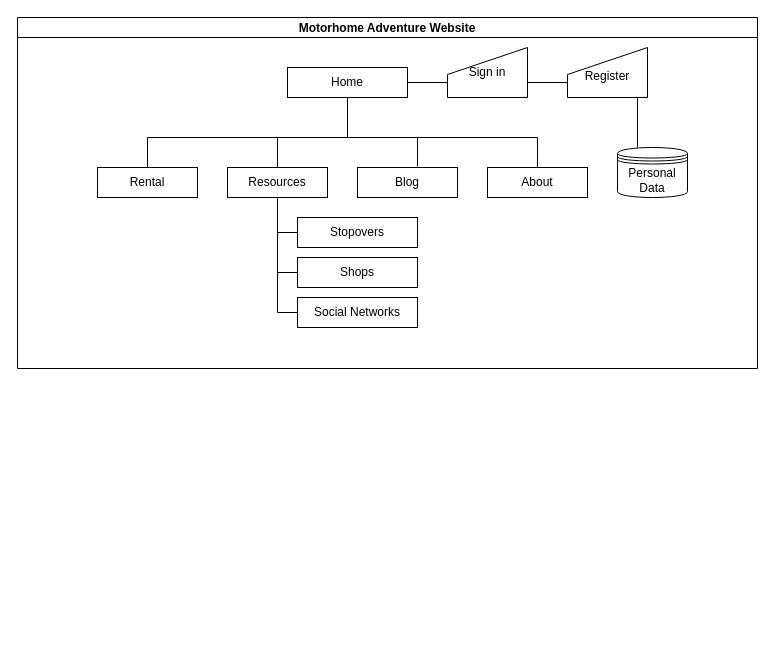
recasmir/projecte-html keeps this draw.io diagram as Untitled Diagram.drawio. Above is the earlier version. Source tidied: cells renumbered, new cells numbered last; positions are measured from the earlier drawing's top-left corner, leaving out a move shared by most shapes. Both pictures are drawn from the tidied source at 100%, with x=0, y=0 at pixel (17, 17).
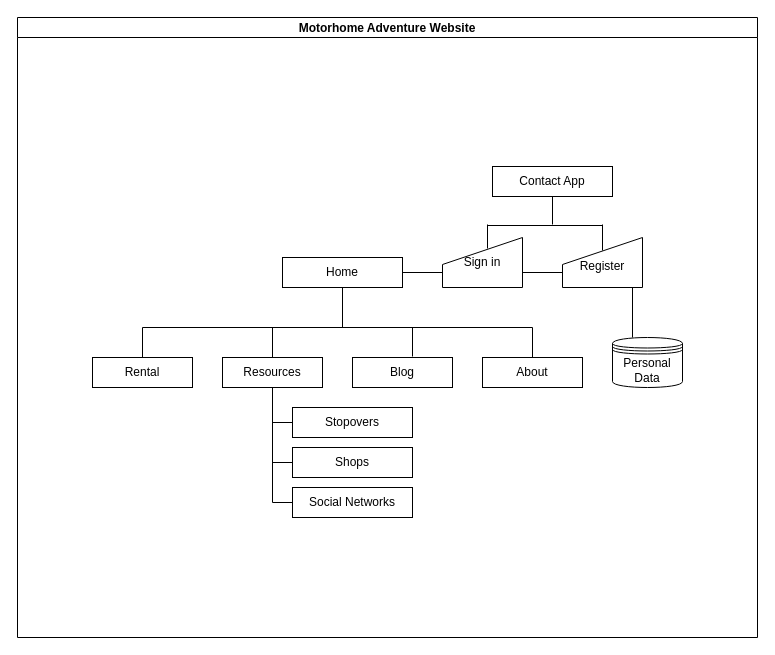
Above is the later version.

Commit message:
Update Site Map MA

Change to the diagram source:
```diff
@@
     <mxCell id="2" value="Motorhome Adventure Website" style="swimlane;startSize=20;horizontal=1;containerType=tree;newEdgeStyle={&quot;edgeStyle&quot;:&quot;elbowEdgeStyle&quot;,&quot;startArrow&quot;:&quot;none&quot;,&quot;endArrow&quot;:&quot;none&quot;};verticalAlign=middle;" parent="1" vertex="1">
-      <mxGeometry width="740" height="351" as="geometry" />
+      <mxGeometry width="740" height="620" as="geometry" />
     </mxCell>
     <mxCell id="3" style="edgeStyle=elbowEdgeStyle;elbow=vertical;startArrow=none;endArrow=none;rounded=0;" parent="2" edge="1" source="5" target="6">
       <mxGeometry relative="1" as="geometry">
         <Array as="points">
-          <mxPoint x="200" y="120" />
+          <mxPoint x="195" y="310" />
         </Array>
       </mxGeometry>
     </mxCell>
     <mxCell id="4" style="edgeStyle=elbowEdgeStyle;elbow=vertical;startArrow=none;endArrow=none;rounded=0;entryX=0.5;entryY=0;entryDx=0;entryDy=0;" parent="2" edge="1" target="7">
       <mxGeometry relative="1" as="geometry">
-        <mxPoint x="330" y="100" as="sourcePoint" />
+        <mxPoint x="325" y="290" as="sourcePoint" />
         <Array as="points">
-          <mxPoint x="200" y="120" />
-          <mxPoint x="200" y="120" />
-          <mxPoint x="240" y="120" />
+          <mxPoint x="195" y="310" />
+          <mxPoint x="195" y="310" />
+          <mxPoint x="235" y="310" />
         </Array>
       </mxGeometry>
     </mxCell>
     <mxCell id="5" value="Home" style="whiteSpace=wrap;html=1;align=center;newEdgeStyle={&quot;edgeStyle&quot;:&quot;elbowEdgeStyle&quot;,&quot;startArrow&quot;:&quot;none&quot;,&quot;endArrow&quot;:&quot;none&quot;};" parent="2" vertex="1">
-      <mxGeometry x="270" y="50" width="120" height="30" as="geometry" />
+      <mxGeometry x="265" y="240" width="120" height="30" as="geometry" />
     </mxCell>
     <mxCell id="6" value="Rental" style="whiteSpace=wrap;html=1;align=center;verticalAlign=middle;newEdgeStyle={&quot;edgeStyle&quot;:&quot;elbowEdgeStyle&quot;,&quot;startArrow&quot;:&quot;none&quot;,&quot;endArrow&quot;:&quot;none&quot;};" parent="2" vertex="1">
-      <mxGeometry x="80" y="150" width="100" height="30" as="geometry" />
+      <mxGeometry x="75" y="340" width="100" height="30" as="geometry" />
     </mxCell>
     <mxCell id="7" value="Resources" style="whiteSpace=wrap;html=1;align=center;verticalAlign=middle;newEdgeStyle={&quot;edgeStyle&quot;:&quot;elbowEdgeStyle&quot;,&quot;startArrow&quot;:&quot;none&quot;,&quot;endArrow&quot;:&quot;none&quot;};" parent="2" vertex="1">
-      <mxGeometry x="210" y="150" width="100" height="30" as="geometry" />
+      <mxGeometry x="205" y="340" width="100" height="30" as="geometry" />
     </mxCell>
     <mxCell id="8" value="Blog" style="whiteSpace=wrap;html=1;align=center;verticalAlign=middle;newEdgeStyle={&quot;edgeStyle&quot;:&quot;elbowEdgeStyle&quot;,&quot;startArrow&quot;:&quot;none&quot;,&quot;endArrow&quot;:&quot;none&quot;};" parent="2" vertex="1">
-      <mxGeometry x="340" y="150" width="100" height="30" as="geometry" />
+      <mxGeometry x="335" y="340" width="100" height="30" as="geometry" />
     </mxCell>
     <mxCell id="9" style="edgeStyle=elbowEdgeStyle;elbow=vertical;startArrow=none;endArrow=none;rounded=0;entryX=0.6;entryY=-0.033;entryDx=0;entryDy=0;entryPerimeter=0;" parent="2" edge="1" target="8">
       <mxGeometry relative="1" as="geometry">
-        <mxPoint x="330" y="110" as="sourcePoint" />
+        <mxPoint x="325" y="300" as="sourcePoint" />
         <Array as="points">
-          <mxPoint x="290" y="120" />
+          <mxPoint x="335" y="310" />
+          <mxPoint x="285" y="310" />
         </Array>
       </mxGeometry>
     </mxCell>
     <mxCell id="10" value="About" style="whiteSpace=wrap;html=1;align=center;verticalAlign=middle;newEdgeStyle={&quot;edgeStyle&quot;:&quot;elbowEdgeStyle&quot;,&quot;startArrow&quot;:&quot;none&quot;,&quot;endArrow&quot;:&quot;none&quot;};" parent="2" vertex="1">
-      <mxGeometry x="470" y="150" width="100" height="30" as="geometry" />
+      <mxGeometry x="465" y="340" width="100" height="30" as="geometry" />
     </mxCell>
     <mxCell id="11" style="edgeStyle=elbowEdgeStyle;elbow=vertical;startArrow=none;endArrow=none;rounded=0;" parent="2" edge="1" target="10">
       <mxGeometry relative="1" as="geometry">
-        <mxPoint x="330" y="100" as="sourcePoint" />
+        <mxPoint x="325" y="290" as="sourcePoint" />
         <Array as="points">
-          <mxPoint x="430" y="120" />
+          <mxPoint x="425" y="310" />
         </Array>
       </mxGeometry>
     </mxCell>
     <mxCell id="12" style="line;strokeWidth=1;direction=south;html=1;" parent="2" vertex="1">
-      <mxGeometry x="255" y="180" width="10" height="115" as="geometry" />
+      <mxGeometry x="250" y="370" width="10" height="115" as="geometry" />
     </mxCell>
     <mxCell id="13" value="Stopovers" style="rounded=0;whiteSpace=wrap;html=1;strokeWidth=1;" parent="2" vertex="1">
-      <mxGeometry x="280" y="200" width="120" height="30" as="geometry" />
+      <mxGeometry x="275" y="390" width="120" height="30" as="geometry" />
     </mxCell>
     <mxCell id="14" value="Shops" style="rounded=0;whiteSpace=wrap;html=1;strokeWidth=1;" parent="2" vertex="1">
-      <mxGeometry x="280" y="240" width="120" height="30" as="geometry" />
+      <mxGeometry x="275" y="430" width="120" height="30" as="geometry" />
     </mxCell>
     <mxCell id="15" value="Social Networks" style="rounded=0;whiteSpace=wrap;html=1;strokeWidth=1;" parent="2" vertex="1">
-      <mxGeometry x="280" y="280" width="120" height="30" as="geometry" />
+      <mxGeometry x="275" y="470" width="120" height="30" as="geometry" />
     </mxCell>
     <mxCell id="16" style="line;strokeWidth=1;html=1;perimeter=backbonePerimeter;" parent="2" vertex="1">
-      <mxGeometry x="260" y="210" width="20" height="10" as="geometry" />
+      <mxGeometry x="255" y="400" width="20" height="10" as="geometry" />
     </mxCell>
     <mxCell id="17" style="line;strokeWidth=1;html=1;perimeter=backbonePerimeter;" parent="2" vertex="1">
-      <mxGeometry x="260" y="250" width="20" height="10" as="geometry" />
+      <mxGeometry x="255" y="440" width="20" height="10" as="geometry" />
     </mxCell>
     <mxCell id="18" style="line;strokeWidth=1;html=1;perimeter=backbonePerimeter;" parent="2" vertex="1">
-      <mxGeometry x="260" y="290" width="20" height="10" as="geometry" />
+      <mxGeometry x="255" y="480" width="20" height="10" as="geometry" />
     </mxCell>
     <mxCell id="19" value="Sign in" style="shape=manualInput;whiteSpace=wrap;html=1;strokeWidth=1;size=27;verticalAlign=middle;" parent="2" vertex="1">
-      <mxGeometry x="430" y="30" width="80" height="50" as="geometry" />
+      <mxGeometry x="425" y="220" width="80" height="50" as="geometry" />
     </mxCell>
     <mxCell id="20" value="&lt;p style=&quot;line-height: 120%&quot;&gt;Register&lt;/p&gt;" style="shape=manualInput;whiteSpace=wrap;html=1;strokeWidth=1;size=27;verticalAlign=bottom;" parent="2" vertex="1">
-      <mxGeometry x="550" y="30" width="80" height="50" as="geometry" />
+      <mxGeometry x="545" y="220" width="80" height="50" as="geometry" />
     </mxCell>
     <mxCell id="21" value="Personal Data" style="shape=datastore;whiteSpace=wrap;html=1;strokeWidth=1;verticalAlign=middle;" parent="2" vertex="1">
-      <mxGeometry x="600" y="130" width="70" height="50" as="geometry" />
+      <mxGeometry x="595" y="320" width="70" height="50" as="geometry" />
     </mxCell>
     <mxCell id="22" style="line;strokeWidth=1;html=1;perimeter=backbonePerimeter;verticalAlign=middle;" parent="2" vertex="1">
-      <mxGeometry x="390" y="62" width="40" height="6" as="geometry" />
+      <mxGeometry x="385" y="252" width="40" height="6" as="geometry" />
     </mxCell>
     <mxCell id="23" style="line;strokeWidth=1;html=1;perimeter=backbonePerimeter;verticalAlign=middle;" parent="2" vertex="1">
-      <mxGeometry x="510" y="62" width="40" height="6" as="geometry" />
+      <mxGeometry x="505" y="252" width="40" height="6" as="geometry" />
     </mxCell>
     <mxCell id="24" style="line;strokeWidth=1;html=1;perimeter=backbonePerimeter;verticalAlign=middle;rotation=90;" parent="2" vertex="1">
-      <mxGeometry x="595" y="100" width="50" height="10" as="geometry" />
+      <mxGeometry x="590" y="290" width="50" height="10" as="geometry" />
     </mxCell>
+    <mxCell id="25" style="line;strokeWidth=1;direction=south;html=1;verticalAlign=middle;" parent="2" vertex="1">
+      <mxGeometry x="465" y="207" width="10" height="24" as="geometry" />
+    </mxCell>
+    <mxCell id="26" value="Contact App" style="rounded=0;whiteSpace=wrap;html=1;strokeWidth=1;verticalAlign=middle;" parent="2" vertex="1">
+      <mxGeometry x="475" y="149" width="120" height="30" as="geometry" />
+    </mxCell>
+    <mxCell id="27" style="line;strokeWidth=1;direction=south;html=1;verticalAlign=middle;" parent="2" vertex="1">
+      <mxGeometry x="580" y="207" width="10" height="26" as="geometry" />
+    </mxCell>
+    <mxCell id="28" style="line;strokeWidth=1;html=1;perimeter=backbonePerimeter;verticalAlign=middle;" parent="2" vertex="1">
+      <mxGeometry x="470" y="203" width="115" height="10" as="geometry" />
+    </mxCell>
+    <mxCell id="29" style="line;strokeWidth=1;direction=south;html=1;verticalAlign=middle;" parent="2" vertex="1">
+      <mxGeometry x="530" y="179" width="10" height="28" as="geometry" />
+    </mxCell>
```
